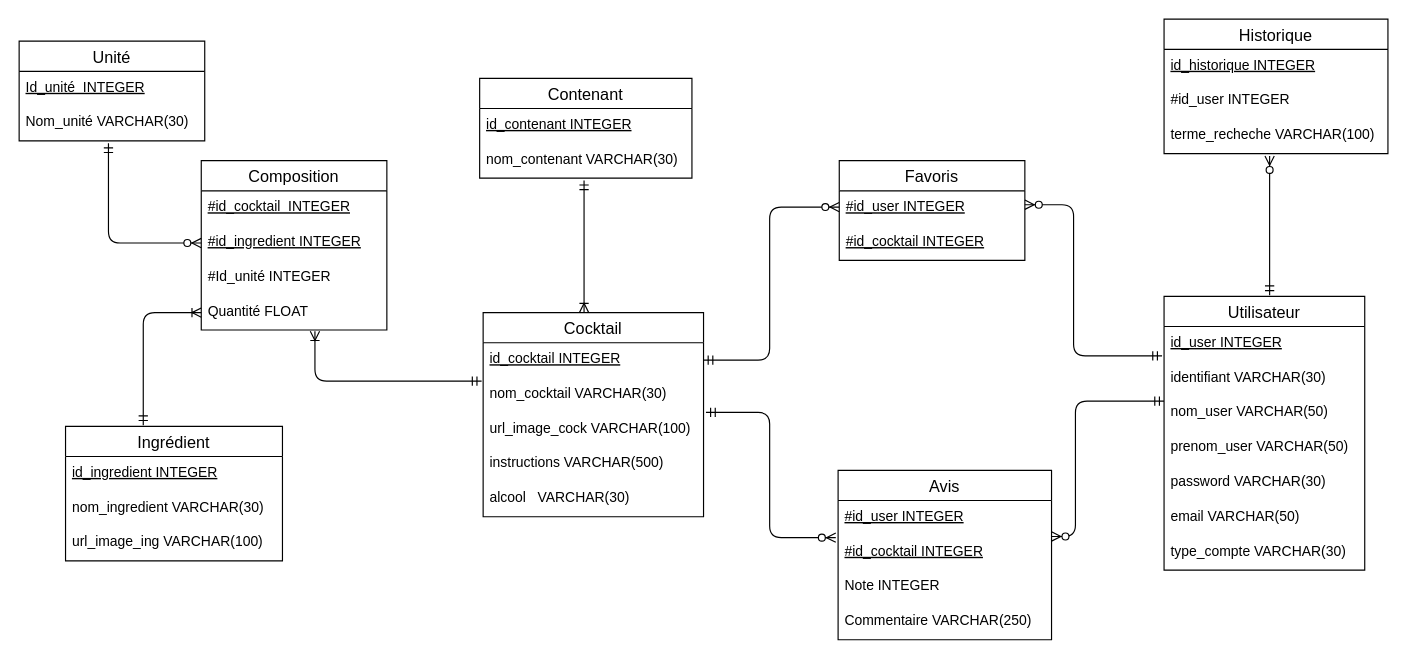
Above: Diagramme de Base de données.drawio in snouatin/ProjetInfo2A (draw.io), before the change. Source tidied: cells renumbered, new cells numbered last; positions are measured from the earlier drawing's top-left corner, leaving out a move shared by most shapes. Both pictures are drawn from the tidied source at 116%, with x=0, y=0 at pixel (19, 19).
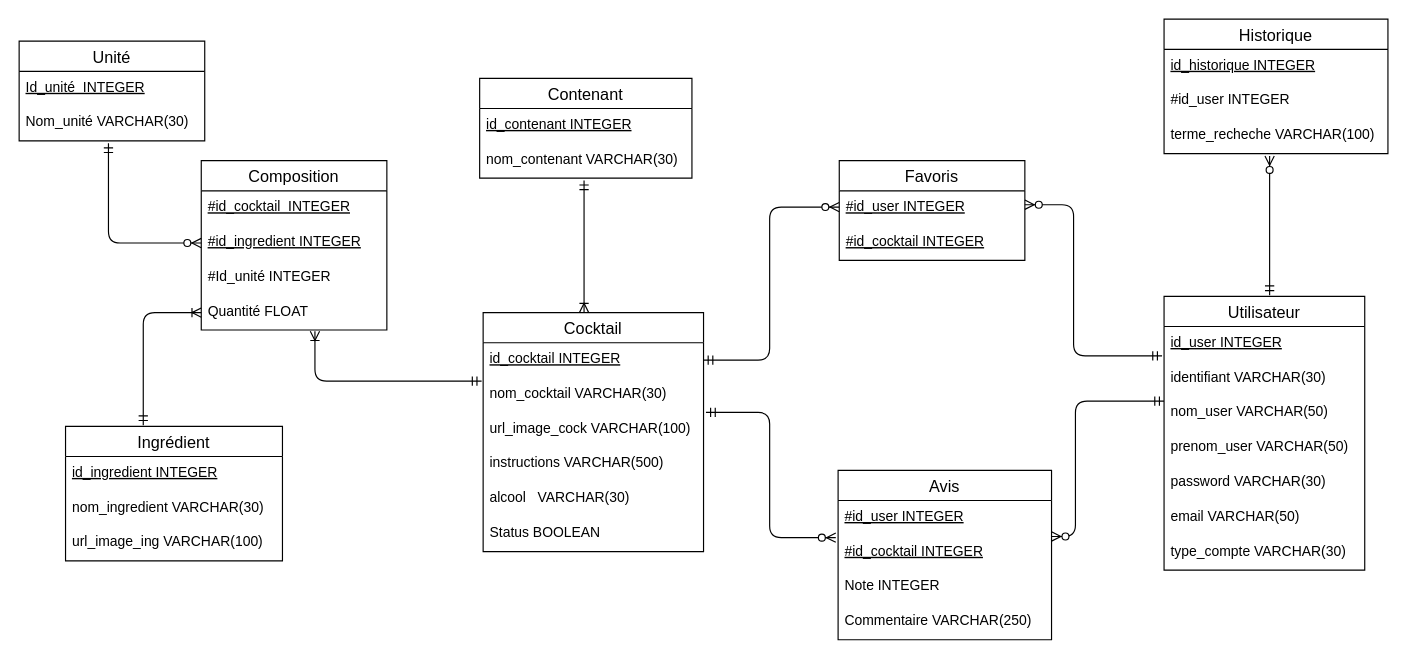
The same page after the edit.

Change to the diagram source:
```diff
@@
     <mxCell id="23" value="Cocktail" style="swimlane;fontStyle=0;horizontal=1;startSize=26;align=center;fontSize=14;" parent="1" vertex="1">
-      <mxGeometry x="400" y="253" width="190" height="176" as="geometry" />
+      <mxGeometry x="400" y="253" width="190" height="206" as="geometry" />
     </mxCell>
@@
+    <mxCell id="52" value="Status BOOLEAN" style="text;strokeColor=none;fillColor=none;spacingLeft=4;spacingRight=4;overflow=hidden;fontSize=12;" parent="23" vertex="1">
+      <mxGeometry y="176" width="190" height="30" as="geometry" />
+    </mxCell>
```
